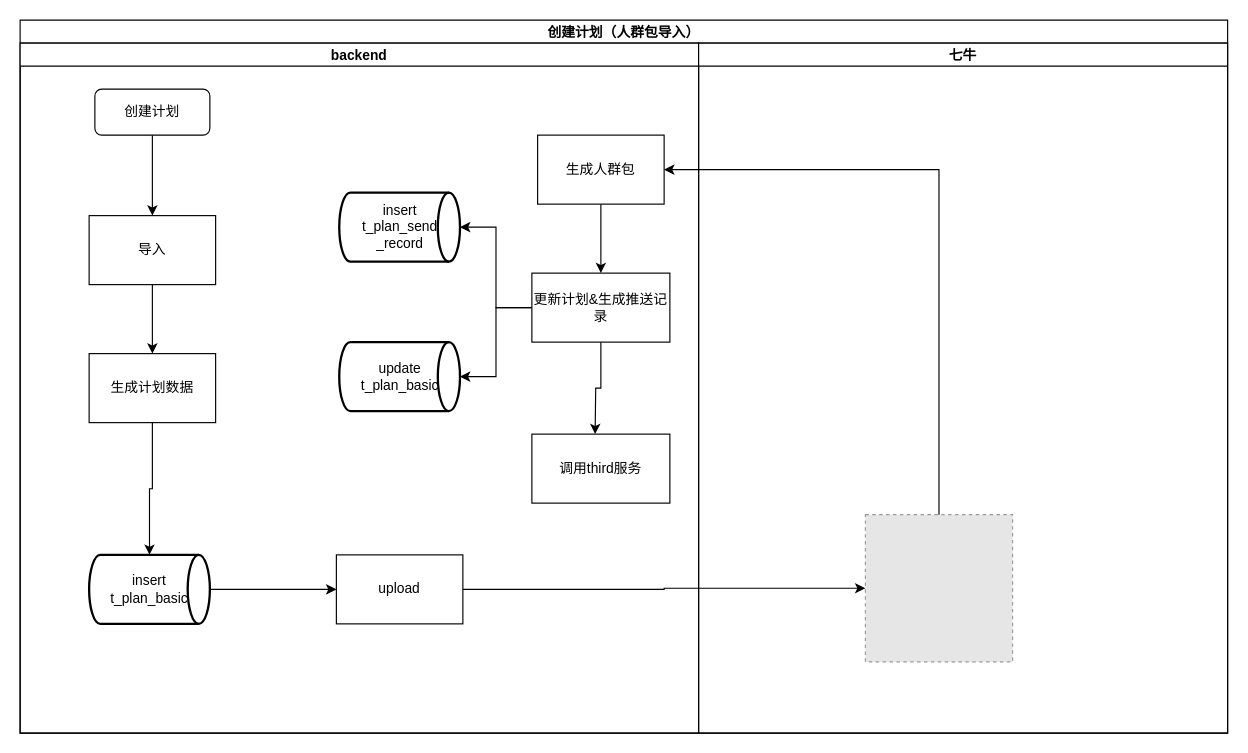
Before: page "第 2 页" (2 of 2) of 推送计划.drawio in songmulin/rr-business, a draw.io diagram. Source tidied: cells renumbered, new cells numbered last; positions are measured from the earlier drawing's top-left corner, leaving out a move shared by most shapes. Both pictures are drawn from the tidied source at 115%, with x=0, y=0 at pixel (20, 20). Pictures stored in the file or linked from it are replaced by grey dashed boxes.
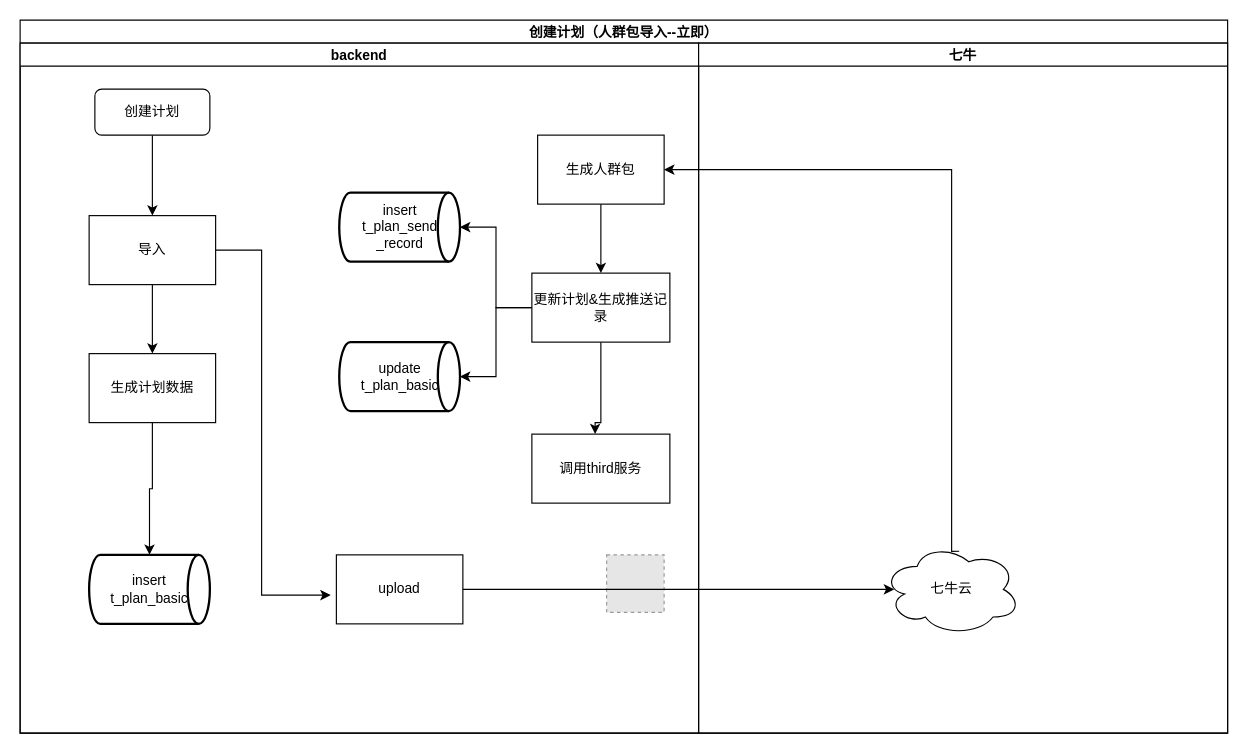
Above is the later version.

The change refers to these unchanged cells:
```xml
<mxCell id="3" value="backend" style="swimlane;startSize=20;" parent="2" vertex="1">
  <mxGeometry y="20" width="590" height="600" as="geometry" />
</mxCell>
<mxCell id="6" value="导入" style="rounded=0;whiteSpace=wrap;html=1;" parent="3" vertex="1">
  <mxGeometry x="60" y="150" width="110" height="60" as="geometry" />
</mxCell>
<mxCell id="8" value="生成人群包" style="rounded=0;whiteSpace=wrap;html=1;" parent="3" vertex="1">
  <mxGeometry x="450" y="80" width="110" height="60" as="geometry" />
</mxCell>
<mxCell id="11" value="&lt;span style=&quot;font-size: 12px;&quot;&gt;insert&lt;br&gt;t_plan_basic&lt;/span&gt;" style="strokeWidth=2;html=1;shape=mxgraph.flowchart.direct_data;whiteSpace=wrap;" parent="3" vertex="1">
  <mxGeometry x="60" y="445" width="105" height="60" as="geometry" />
</mxCell>
<mxCell id="13" value="upload" style="rounded=0;whiteSpace=wrap;html=1;" parent="3" vertex="1">
  <mxGeometry x="275" y="445" width="110" height="60" as="geometry" />
</mxCell>
<mxCell id="17" value="更新计划&amp;amp;生成推送记录" style="rounded=0;whiteSpace=wrap;html=1;" parent="3" vertex="1">
  <mxGeometry x="445" y="200" width="120" height="60" as="geometry" />
</mxCell>
<mxCell id="21" value="七牛" style="swimlane;startSize=20;" parent="2" vertex="1">
  <mxGeometry x="590" y="20" width="460" height="600" as="geometry" />
</mxCell>
```

What changed in the source:
```diff
@@
-    <mxCell id="2" value="创建计划（人群包导入）" style="swimlane;startSize=20;" parent="1" vertex="1">
+    <mxCell id="2" value="创建计划（人群包导入--立即）" style="swimlane;startSize=20;" parent="1" vertex="1">
       <mxGeometry width="1050" height="620" as="geometry" />
     </mxCell>
@@
+    <mxCell id="27" style="edgeStyle=orthogonalEdgeStyle;rounded=0;jettySize=auto;html=1;" parent="3" edge="1" source="6">
+      <mxGeometry relative="1" as="geometry">
+        <mxPoint x="270" y="480" as="targetPoint" />
+        <Array as="points">
+          <mxPoint x="210" y="180" />
+          <mxPoint x="210" y="480" />
+        </Array>
+      </mxGeometry>
+    </mxCell>
@@
-    <mxCell id="10" style="edgeStyle=orthogonalEdgeStyle;rounded=0;jettySize=auto;html=1;" parent="3" edge="1" source="11" target="13">
-      <mxGeometry relative="1" as="geometry" />
-    </mxCell>
@@
+    <mxCell id="28" style="fillColor=#E6E6E6;strokeColor=#999999;dashed=1;html=1;verticalAlign=top;verticalLabelPosition=bottom;labelBackgroundColor=#ffffff;fontFamily=Helvetica;fontSize=12;fontColor=default;" parent="3" vertex="1">
+      <mxGeometry x="510" y="445" width="50" height="50" as="geometry" />
+    </mxCell>
-    <mxCell id="20" style="edgeStyle=orthogonalEdgeStyle;rounded=0;jettySize=auto;html=1;entryX=0;entryY=0.5;entryDx=0;entryDy=0;" parent="2" edge="1" source="13" target="23">
-      <mxGeometry relative="1" as="geometry" />
+    <mxCell id="20" style="edgeStyle=orthogonalEdgeStyle;rounded=0;jettySize=auto;html=1;entryX=0;entryY=0.5;entryDx=0;entryDy=0;" parent="2" edge="1" source="13">
+      <mxGeometry relative="1" as="geometry">
+        <mxPoint x="760" y="495" as="targetPoint" />
+      </mxGeometry>
     </mxCell>
@@
-    <mxCell id="23" style="fillColor=#E6E6E6;strokeColor=#999999;dashed=1;html=1;verticalAlign=top;verticalLabelPosition=bottom;labelBackgroundColor=#ffffff;" parent="21" vertex="1">
-      <mxGeometry x="145" y="410" width="128" height="128" as="geometry" />
-    </mxCell>
+    <mxCell id="29" value="七牛云" style="ellipse;shape=cloud;whiteSpace=wrap;html=1;" parent="21" vertex="1">
+      <mxGeometry x="160" y="435" width="120" height="80" as="geometry" />
+    </mxCell>
-    <mxCell id="24" style="edgeStyle=orthogonalEdgeStyle;rounded=0;jettySize=auto;html=1;entryX=1;entryY=0.5;entryDx=0;entryDy=0;exitX=0.5;exitY=0;exitDx=0;exitDy=0;" parent="2" edge="1" source="23" target="8">
-      <mxGeometry relative="1" as="geometry" />
+    <mxCell id="24" style="edgeStyle=orthogonalEdgeStyle;rounded=0;jettySize=auto;html=1;entryX=1;entryY=0.5;entryDx=0;entryDy=0;exitX=0.555;exitY=0.086;exitDx=0;exitDy=0;exitPerimeter=0;" parent="2" edge="1" source="29" target="8">
+      <mxGeometry relative="1" as="geometry">
+        <Array as="points">
+          <mxPoint x="810" y="462" />
+          <mxPoint x="810" y="130" />
+        </Array>
+      </mxGeometry>
     </mxCell>
@@
     <mxCell id="26" style="edgeStyle=orthogonalEdgeStyle;rounded=0;jettySize=auto;html=1;" parent="1" edge="1" source="17">
       <mxGeometry relative="1" as="geometry">
         <mxPoint x="500" y="360" as="targetPoint" />
+        <Array as="points">
+          <mxPoint x="505" y="350" />
+          <mxPoint x="500" y="350" />
+        </Array>
       </mxGeometry>
     </mxCell>
```
